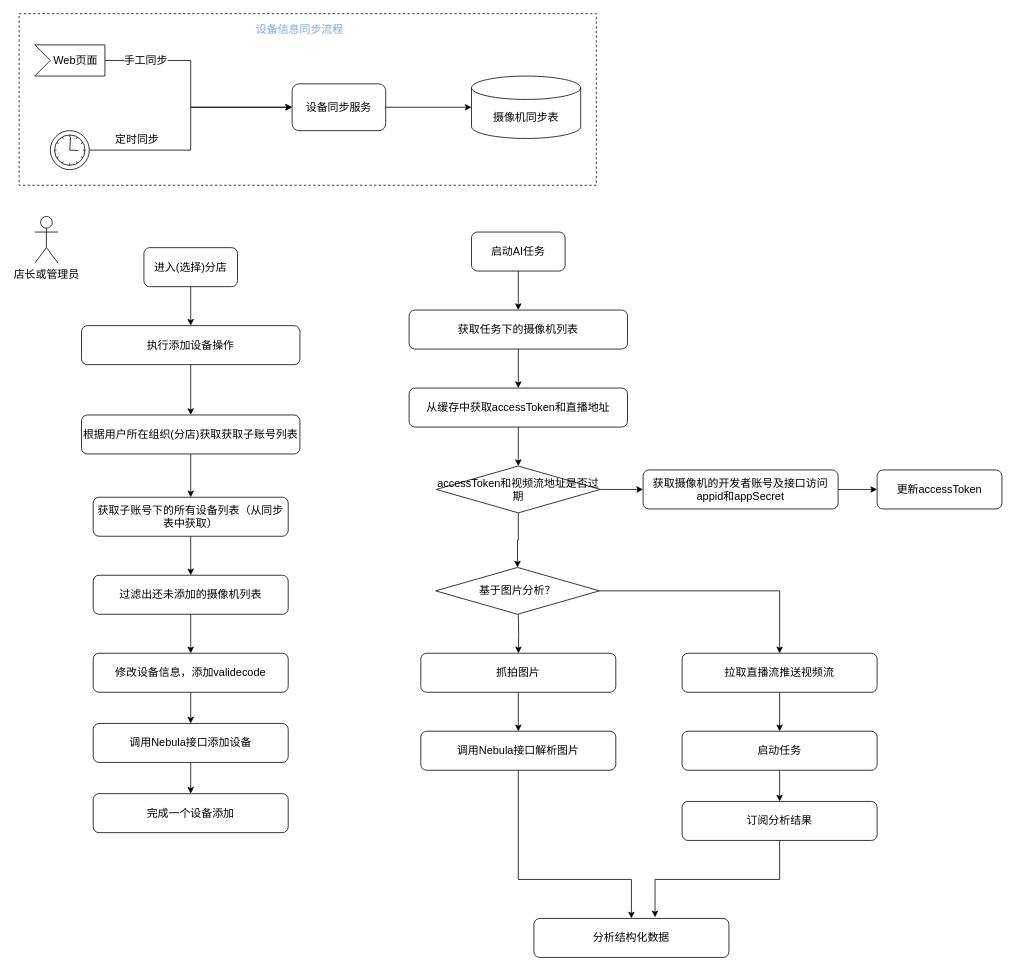
Before: page "设备操作流程" (2 of 5) of 设备管理ER图.drawio in liushubao0109/drawio, a draw.io diagram. Source tidied: cells renumbered, new cells numbered last; positions are measured from the earlier drawing's top-left corner, leaving out a move shared by most shapes. Both pictures are drawn from the tidied source at 78%, with x=0, y=0 at pixel (19, 13).
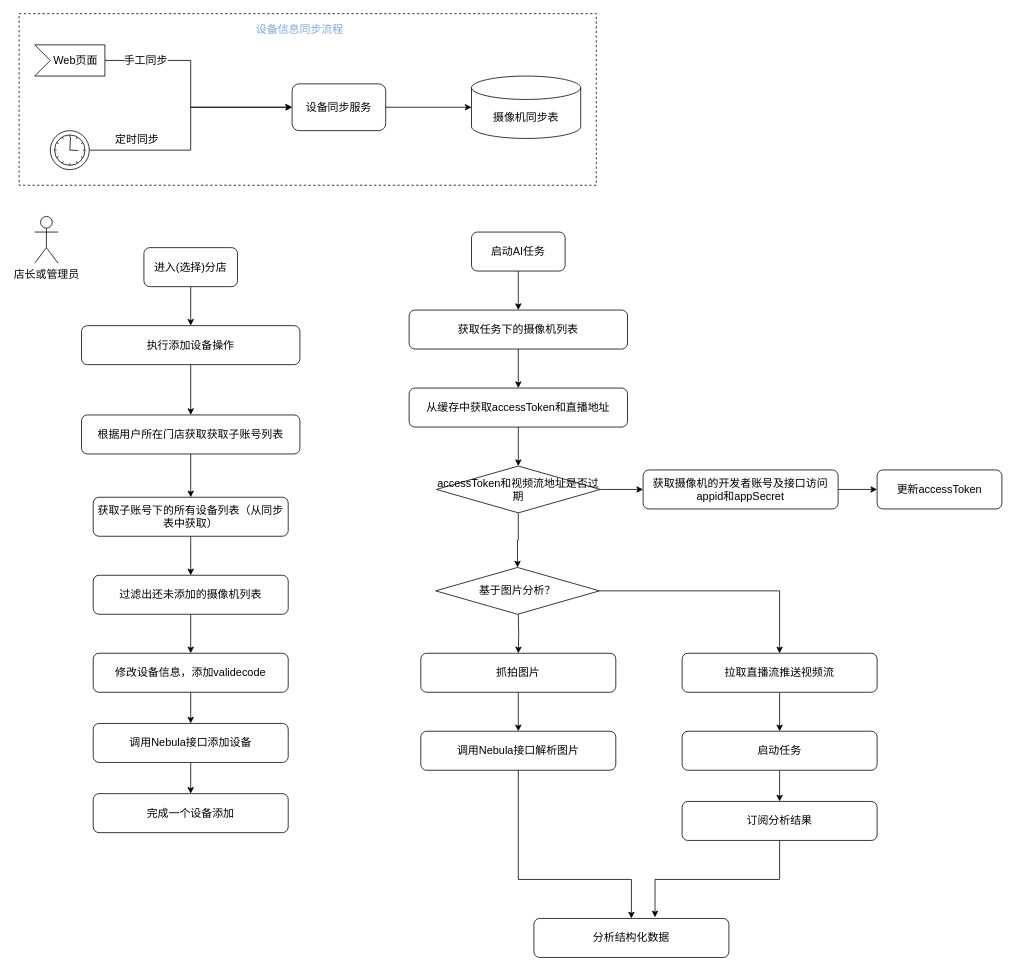
The same page after the edit.

What changed in the source:
```diff
@@
-    <mxCell id="17" value="根据用户所在组织(分店)获取获取子账号列表" style="rounded=1;whiteSpace=wrap;html=1;fontSize=14;" parent="1" vertex="1">
+    <mxCell id="17" value="根据用户所在门店获取获取子账号列表" style="rounded=1;whiteSpace=wrap;html=1;fontSize=14;" parent="1" vertex="1">
       <mxGeometry x="80" y="514.5" width="280" height="50" as="geometry" />
     </mxCell>
```
